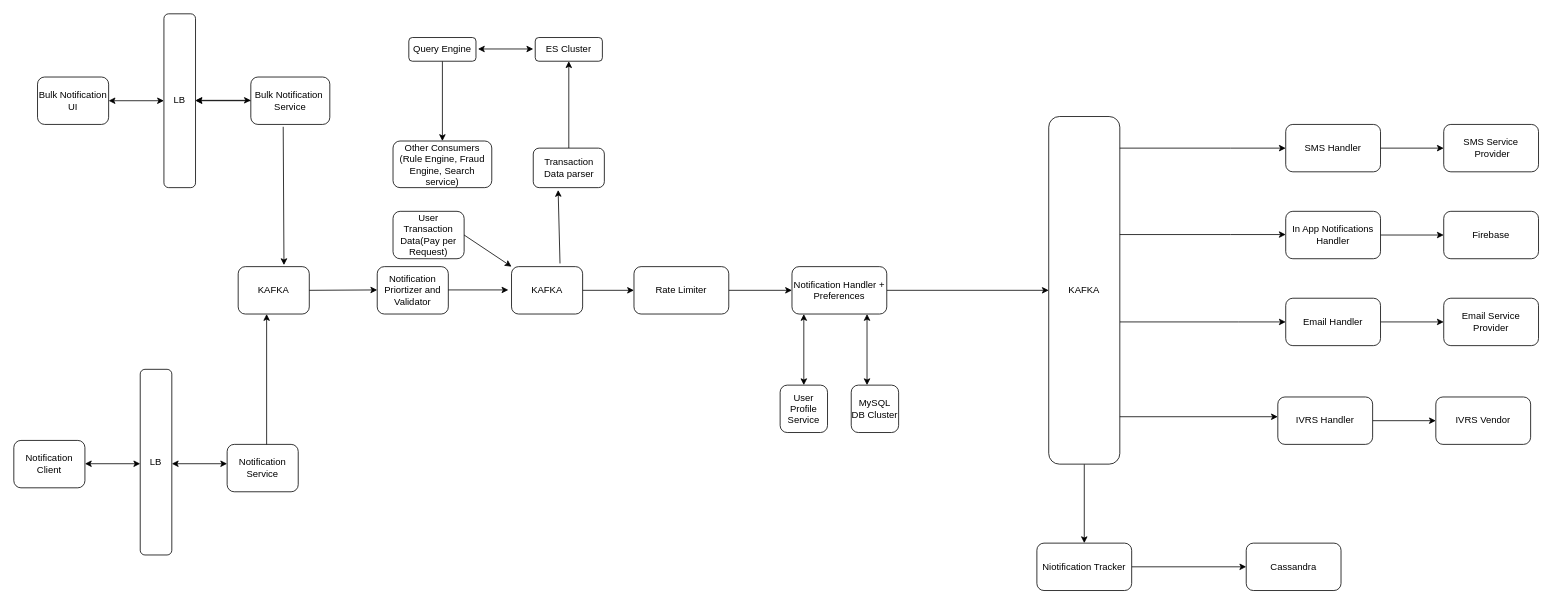
Earlier version of the draw.io diagram notifications.drawio (ItsAnkit/system-design). Source tidied: cells renumbered, new cells numbered last; positions are measured from the earlier drawing's top-left corner, leaving out a move shared by most shapes. Both pictures are drawn from the tidied source at 79%, with x=0, y=0 at pixel (13, 13).
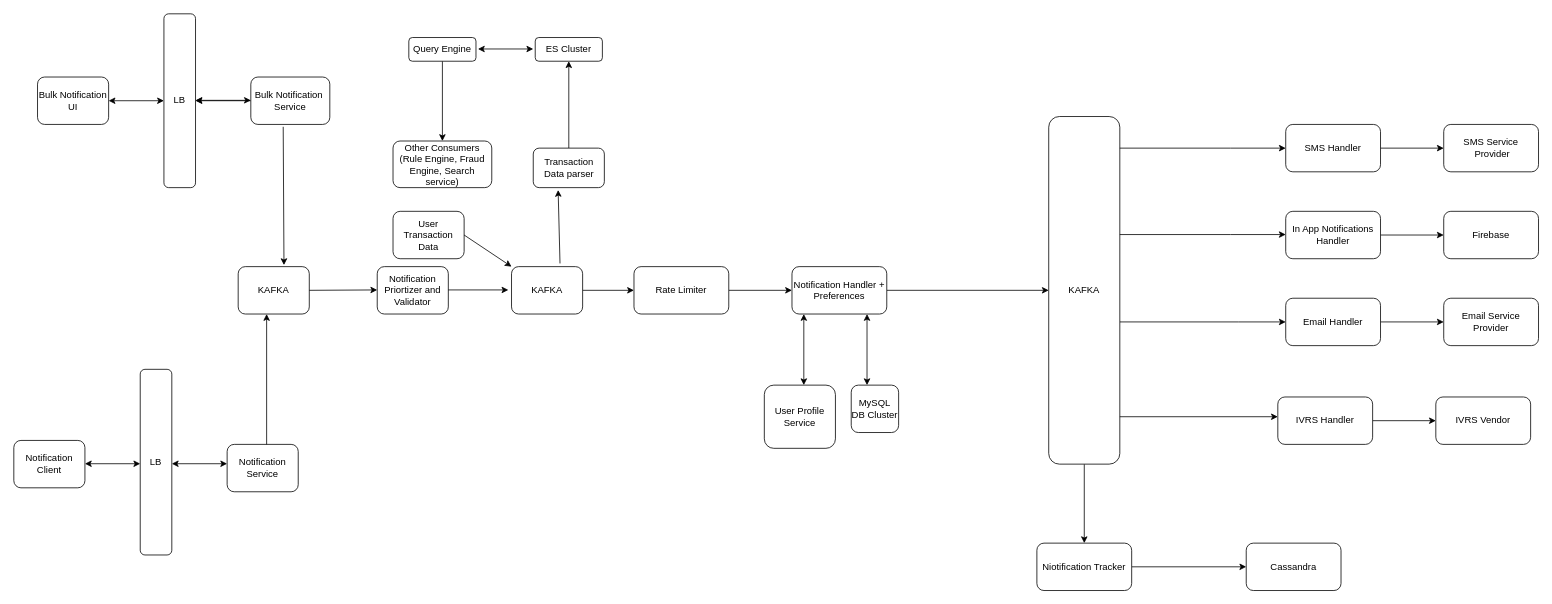
The same diagram, later.

Change to the diagram source:
```diff
@@
     <mxCell id="35" value="User Profile Service" style="rounded=1;whiteSpace=wrap;html=1;" parent="1" vertex="1">
-      <mxGeometry x="970" y="470" width="60" height="60" as="geometry" />
+      <mxGeometry x="950" y="470" width="90" height="80" as="geometry" />
     </mxCell>
@@
-    <mxCell id="58" value="User Transaction Data(Pay per Request)" style="rounded=1;whiteSpace=wrap;html=1;" parent="1" vertex="1">
+    <mxCell id="58" value="User Transaction Data" style="rounded=1;whiteSpace=wrap;html=1;" parent="1" vertex="1">
       <mxGeometry x="480" y="250" width="90" height="60" as="geometry" />
     </mxCell>
```
